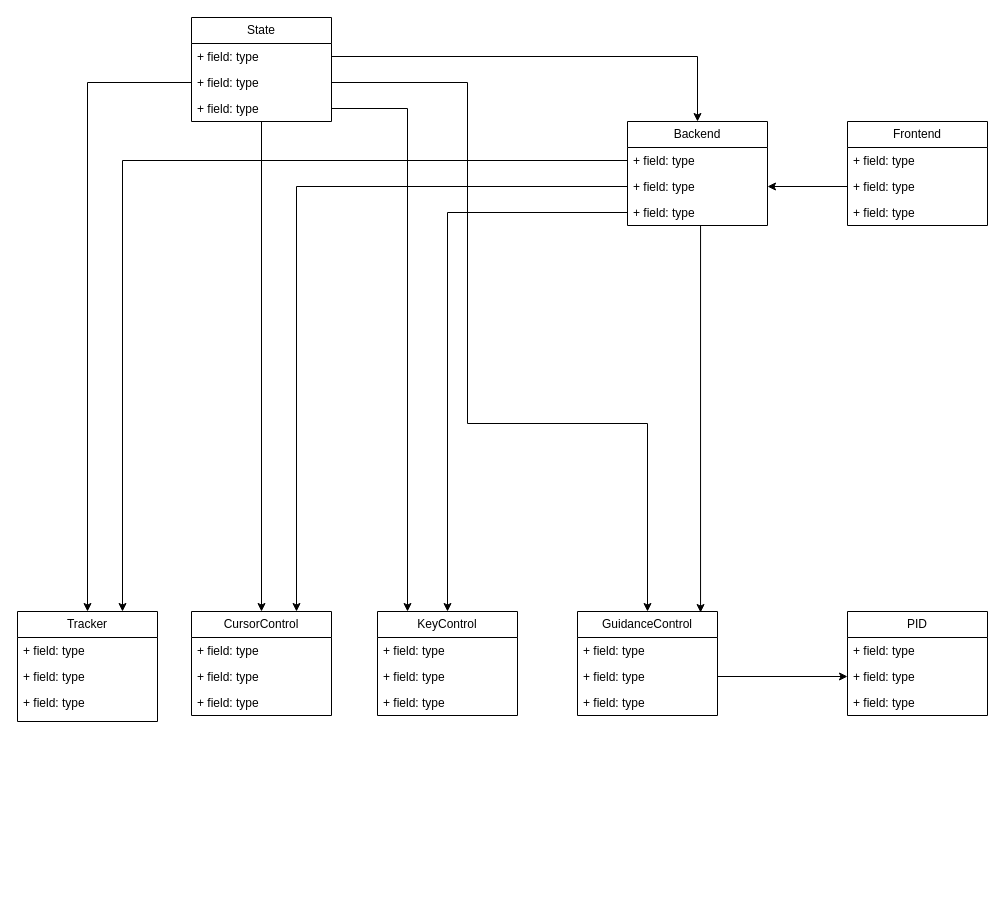
This is design/PGD_UML_CLASS.drawio from S-Khos/Precision-Guided-Loitering-Drone, a draw.io file, before an edit. Source tidied: cells renumbered, new cells numbered last; positions are measured from the earlier drawing's top-left corner, leaving out a move shared by most shapes. Both pictures are drawn from the tidied source at 100%, with x=0, y=0 at pixel (17, 17).
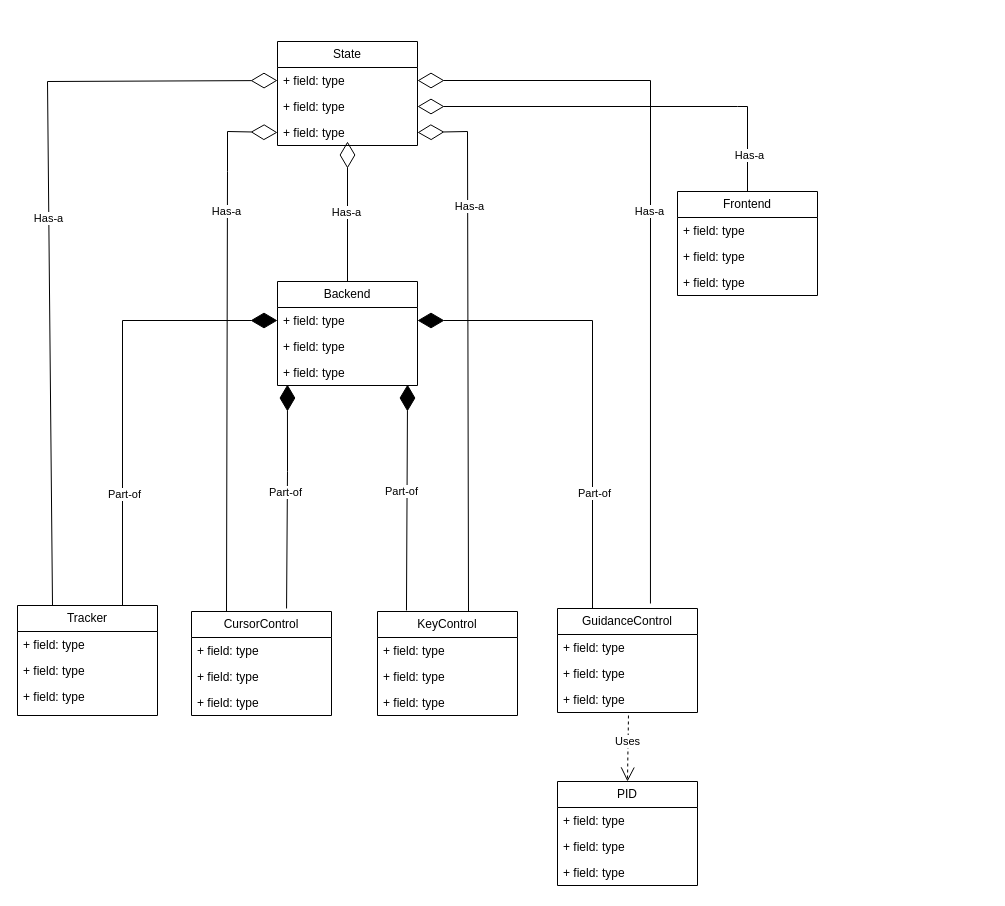
The same page after the edit.

Unchanged cells that the change refers to:
```xml
<mxCell id="3" value="+ field: type" style="text;strokeColor=none;fillColor=none;align=left;verticalAlign=top;spacingLeft=4;spacingRight=4;overflow=hidden;points=[[0,0.5],[1,0.5]];portConstraint=eastwest;whiteSpace=wrap;html=1;" parent="2" vertex="1">
  <mxGeometry y="26" width="140" height="26" as="geometry" />
</mxCell>
<mxCell id="4" value="+ field: type" style="text;strokeColor=none;fillColor=none;align=left;verticalAlign=top;spacingLeft=4;spacingRight=4;overflow=hidden;points=[[0,0.5],[1,0.5]];portConstraint=eastwest;whiteSpace=wrap;html=1;" parent="2" vertex="1">
  <mxGeometry y="52" width="140" height="26" as="geometry" />
</mxCell>
<mxCell id="5" value="+ field: type" style="text;strokeColor=none;fillColor=none;align=left;verticalAlign=top;spacingLeft=4;spacingRight=4;overflow=hidden;points=[[0,0.5],[1,0.5]];portConstraint=eastwest;whiteSpace=wrap;html=1;" parent="2" vertex="1">
  <mxGeometry y="78" width="140" height="26" as="geometry" />
</mxCell>
<mxCell id="12" value="+ field: type" style="text;strokeColor=none;fillColor=none;align=left;verticalAlign=top;spacingLeft=4;spacingRight=4;overflow=hidden;points=[[0,0.5],[1,0.5]];portConstraint=eastwest;whiteSpace=wrap;html=1;" parent="10" vertex="1">
  <mxGeometry y="52" width="140" height="26" as="geometry" />
</mxCell>
<mxCell id="13" value="+ field: type" style="text;strokeColor=none;fillColor=none;align=left;verticalAlign=top;spacingLeft=4;spacingRight=4;overflow=hidden;points=[[0,0.5],[1,0.5]];portConstraint=eastwest;whiteSpace=wrap;html=1;" parent="10" vertex="1">
  <mxGeometry y="78" width="140" height="26" as="geometry" />
</mxCell>
<mxCell id="14" value="KeyControl" style="swimlane;fontStyle=0;horizontal=1;startSize=26;fillColor=none;whiteSpace=wrap;html=1;" parent="1" vertex="1">
  <mxGeometry x="360" y="594" width="140" height="104" as="geometry" />
</mxCell>
<mxCell id="18" value="CursorControl" style="swimlane;fontStyle=0;horizontal=1;startSize=26;fillColor=none;whiteSpace=wrap;html=1;" parent="1" vertex="1">
  <mxGeometry x="174" y="594" width="140" height="104" as="geometry" />
</mxCell>
<mxCell id="24" value="+ field: type" style="text;strokeColor=none;fillColor=none;align=left;verticalAlign=top;spacingLeft=4;spacingRight=4;overflow=hidden;points=[[0,0.5],[1,0.5]];portConstraint=eastwest;whiteSpace=wrap;html=1;" parent="22" vertex="1">
  <mxGeometry y="52" width="140" height="26" as="geometry" />
</mxCell>
<mxCell id="28" value="+ field: type" style="text;strokeColor=none;fillColor=none;align=left;verticalAlign=top;spacingLeft=4;spacingRight=4;overflow=hidden;points=[[0,0.5],[1,0.5]];portConstraint=eastwest;whiteSpace=wrap;html=1;" parent="26" vertex="1">
  <mxGeometry y="52" width="140" height="26" as="geometry" />
</mxCell>
<mxCell id="32" value="+ field: type" style="text;strokeColor=none;fillColor=none;align=left;verticalAlign=top;spacingLeft=4;spacingRight=4;overflow=hidden;points=[[0,0.5],[1,0.5]];portConstraint=eastwest;whiteSpace=wrap;html=1;" parent="31" vertex="1">
  <mxGeometry y="26" width="140" height="26" as="geometry" />
</mxCell>
<mxCell id="33" value="+ field: type" style="text;strokeColor=none;fillColor=none;align=left;verticalAlign=top;spacingLeft=4;spacingRight=4;overflow=hidden;points=[[0,0.5],[1,0.5]];portConstraint=eastwest;whiteSpace=wrap;html=1;" parent="31" vertex="1">
  <mxGeometry y="52" width="140" height="26" as="geometry" />
</mxCell>
<mxCell id="34" value="+ field: type" style="text;strokeColor=none;fillColor=none;align=left;verticalAlign=top;spacingLeft=4;spacingRight=4;overflow=hidden;points=[[0,0.5],[1,0.5]];portConstraint=eastwest;whiteSpace=wrap;html=1;" parent="31" vertex="1">
  <mxGeometry y="78" width="140" height="26" as="geometry" />
</mxCell>
```

The edit, as a diff of the source:
```diff
@@
     <mxCell id="2" value="Backend" style="swimlane;fontStyle=0;horizontal=1;startSize=26;fillColor=none;whiteSpace=wrap;html=1;" parent="1" vertex="1">
-      <mxGeometry x="610" y="104" width="140" height="104" as="geometry" />
+      <mxGeometry x="260" y="264" width="140" height="104" as="geometry" />
     </mxCell>
@@
     <mxCell id="6" value="Tracker" style="swimlane;fontStyle=0;horizontal=1;startSize=26;fillColor=none;whiteSpace=wrap;html=1;" parent="1" vertex="1">
-      <mxGeometry y="594" width="140" height="110" as="geometry" />
+      <mxGeometry y="588" width="140" height="110" as="geometry" />
     </mxCell>
@@
     <mxCell id="10" value="GuidanceControl" style="swimlane;fontStyle=0;horizontal=1;startSize=26;fillColor=none;whiteSpace=wrap;html=1;" parent="1" vertex="1">
-      <mxGeometry x="560" y="594" width="140" height="104" as="geometry" />
+      <mxGeometry x="540" y="591" width="140" height="104" as="geometry" />
     </mxCell>
@@
     <mxCell id="22" value="PID" style="swimlane;fontStyle=0;horizontal=1;startSize=26;fillColor=none;whiteSpace=wrap;html=1;" parent="1" vertex="1">
-      <mxGeometry x="830" y="594" width="140" height="104" as="geometry" />
+      <mxGeometry x="540" y="764" width="140" height="104" as="geometry" />
     </mxCell>
@@
     <mxCell id="26" value="Frontend" style="swimlane;fontStyle=0;horizontal=1;startSize=26;fillColor=none;whiteSpace=wrap;html=1;" parent="1" vertex="1">
-      <mxGeometry x="830" y="104" width="140" height="104" as="geometry" />
+      <mxGeometry x="660" y="174" width="140" height="104" as="geometry" />
     </mxCell>
@@
-    <mxCell id="30" style="edgeStyle=orthogonalEdgeStyle;rounded=0;jettySize=auto;html=1;entryX=0.5;entryY=0;entryDx=0;entryDy=0;" parent="1" edge="1" source="31" target="18">
-      <mxGeometry relative="1" as="geometry" />
-    </mxCell>
     <mxCell id="31" value="State" style="swimlane;fontStyle=0;horizontal=1;startSize=26;fillColor=none;whiteSpace=wrap;html=1;" parent="1" vertex="1">
-      <mxGeometry x="174" width="140" height="104" as="geometry" />
+      <mxGeometry x="260" y="24" width="140" height="104" as="geometry" />
     </mxCell>
@@
-    <mxCell id="35" style="edgeStyle=orthogonalEdgeStyle;rounded=0;jettySize=auto;html=1;" parent="1" edge="1" source="33" target="6">
-      <mxGeometry relative="1" as="geometry" />
-    </mxCell>
-    <mxCell id="36" style="edgeStyle=orthogonalEdgeStyle;rounded=0;jettySize=auto;html=1;exitX=1;exitY=0.5;exitDx=0;exitDy=0;" parent="1" edge="1" source="34">
-      <mxGeometry relative="1" as="geometry">
-        <mxPoint x="390" y="594" as="targetPoint" />
-        <Array as="points">
-          <mxPoint x="390" y="91" />
-          <mxPoint x="390" y="594" />
-        </Array>
-      </mxGeometry>
-    </mxCell>
-    <mxCell id="37" style="edgeStyle=orthogonalEdgeStyle;rounded=0;jettySize=auto;html=1;entryX=0.5;entryY=0;entryDx=0;entryDy=0;" parent="1" edge="1" source="33" target="10">
-      <mxGeometry relative="1" as="geometry">
-        <Array as="points">
-          <mxPoint x="450" y="65" />
-          <mxPoint x="450" y="406" />
-          <mxPoint x="630" y="406" />
-        </Array>
-      </mxGeometry>
-    </mxCell>
-    <mxCell id="38" style="edgeStyle=orthogonalEdgeStyle;rounded=0;jettySize=auto;html=1;entryX=0.5;entryY=0;entryDx=0;entryDy=0;" parent="1" edge="1" source="32" target="2">
-      <mxGeometry relative="1" as="geometry" />
-    </mxCell>
-    <mxCell id="39" style="edgeStyle=orthogonalEdgeStyle;rounded=0;jettySize=auto;html=1;entryX=0;entryY=0.5;entryDx=0;entryDy=0;" parent="1" edge="1" source="12" target="24">
-      <mxGeometry relative="1" as="geometry" />
-    </mxCell>
-    <mxCell id="40" style="edgeStyle=orthogonalEdgeStyle;rounded=0;jettySize=auto;html=1;entryX=1;entryY=0.5;entryDx=0;entryDy=0;" parent="1" edge="1" source="28" target="4">
-      <mxGeometry relative="1" as="geometry" />
-    </mxCell>
-    <mxCell id="41" style="edgeStyle=orthogonalEdgeStyle;rounded=0;jettySize=auto;html=1;entryX=0.75;entryY=0;entryDx=0;entryDy=0;exitX=0;exitY=0.5;exitDx=0;exitDy=0;" parent="1" edge="1" source="3" target="6">
-      <mxGeometry relative="1" as="geometry" />
-    </mxCell>
-    <mxCell id="42" style="edgeStyle=orthogonalEdgeStyle;rounded=0;jettySize=auto;html=1;exitX=0;exitY=0.5;exitDx=0;exitDy=0;entryX=0.5;entryY=0;entryDx=0;entryDy=0;" parent="1" edge="1" source="5" target="14">
-      <mxGeometry relative="1" as="geometry" />
-    </mxCell>
-    <mxCell id="43" style="edgeStyle=orthogonalEdgeStyle;rounded=0;jettySize=auto;html=1;entryX=0.879;entryY=0.01;entryDx=0;entryDy=0;entryPerimeter=0;" parent="1" edge="1" source="5" target="10">
-      <mxGeometry relative="1" as="geometry">
-        <Array as="points">
-          <mxPoint x="683" y="195" />
-        </Array>
-      </mxGeometry>
-    </mxCell>
-    <mxCell id="44" style="edgeStyle=orthogonalEdgeStyle;rounded=0;jettySize=auto;html=1;entryX=0.75;entryY=0;entryDx=0;entryDy=0;" parent="1" edge="1" source="4" target="18">
-      <mxGeometry relative="1" as="geometry" />
-    </mxCell>
+    <mxCell id="45" style="endArrow=diamondThin;endFill=0;endSize=24;html=1;rounded=0;exitX=0.25;exitY=0;exitDx=0;exitDy=0;entryX=0;entryY=0.5;entryDx=0;entryDy=0;" parent="1" edge="1" source="6" target="32">
+      <mxGeometry relative="1" as="geometry">
+        <Array as="points">
+          <mxPoint x="30" y="64" />
+        </Array>
+      </mxGeometry>
+    </mxCell>
+    <mxCell id="46" value="Has-a" style="edgeLabel;html=1;align=center;verticalAlign=middle;" parent="45" vertex="1">
+      <mxGeometry x="0.03" y="1" relative="1" as="geometry" />
+    </mxCell>
+    <mxCell id="47" style="endArrow=diamondThin;endFill=0;endSize=24;html=1;rounded=0;exitX=0.25;exitY=0;exitDx=0;exitDy=0;entryX=0;entryY=0.5;entryDx=0;entryDy=0;" parent="1" edge="1" source="18" target="34">
+      <mxGeometry relative="1" as="geometry">
+        <Array as="points">
+          <mxPoint x="210" y="154" />
+          <mxPoint x="210" y="114" />
+        </Array>
+      </mxGeometry>
+    </mxCell>
+    <mxCell id="48" value="Has-a" style="edgeLabel;html=1;align=center;verticalAlign=middle;" parent="47" vertex="1">
+      <mxGeometry x="0.51" y="1" relative="1" as="geometry" />
+    </mxCell>
+    <mxCell id="49" style="endArrow=diamondThin;endFill=0;endSize=24;html=1;rounded=0;exitX=0.65;exitY=0;exitDx=0;exitDy=0;entryX=1;entryY=0.5;entryDx=0;entryDy=0;exitPerimeter=0;" parent="1" edge="1" source="14" target="34">
+      <mxGeometry relative="1" as="geometry">
+        <Array as="points">
+          <mxPoint x="450" y="114" />
+        </Array>
+      </mxGeometry>
+    </mxCell>
+    <mxCell id="50" value="Has-a" style="edgeLabel;html=1;align=center;verticalAlign=middle;" parent="49" vertex="1">
+      <mxGeometry x="0.53" y="-1" relative="1" as="geometry" />
+    </mxCell>
+    <mxCell id="51" style="endArrow=diamondThin;endFill=0;endSize=24;html=1;rounded=0;exitX=0.664;exitY=-0.048;exitDx=0;exitDy=0;exitPerimeter=0;entryX=1;entryY=0.5;entryDx=0;entryDy=0;" parent="1" edge="1" source="10" target="32">
+      <mxGeometry relative="1" as="geometry">
+        <Array as="points">
+          <mxPoint x="633" y="63" />
+        </Array>
+      </mxGeometry>
+    </mxCell>
+    <mxCell id="52" value="Has-a" style="edgeLabel;html=1;align=center;verticalAlign=middle;" parent="51" vertex="1">
+      <mxGeometry x="0.04" y="1" relative="1" as="geometry" />
+    </mxCell>
+    <mxCell id="53" style="endArrow=diamondThin;endFill=1;endSize=24;html=1;rounded=0;exitX=0.75;exitY=0;exitDx=0;exitDy=0;entryX=0;entryY=0.5;entryDx=0;entryDy=0;" parent="1" edge="1" source="6" target="3">
+      <mxGeometry relative="1" as="geometry">
+        <Array as="points">
+          <mxPoint x="105" y="303" />
+        </Array>
+      </mxGeometry>
+    </mxCell>
+    <mxCell id="54" value="Part-of" style="edgeLabel;html=1;align=center;verticalAlign=middle;" parent="53" vertex="1">
+      <mxGeometry x="-0.49" y="-1" relative="1" as="geometry" />
+    </mxCell>
+    <mxCell id="55" style="endArrow=diamondThin;endFill=1;endSize=24;html=1;rounded=0;exitX=0.679;exitY=-0.029;exitDx=0;exitDy=0;entryX=0.071;entryY=0.962;entryDx=0;entryDy=0;entryPerimeter=0;exitPerimeter=0;" parent="1" edge="1" source="18" target="5">
+      <mxGeometry relative="1" as="geometry">
+        <Array as="points">
+          <mxPoint x="270" y="454" />
+        </Array>
+      </mxGeometry>
+    </mxCell>
+    <mxCell id="56" value="Part-of" style="edgeLabel;html=1;align=center;verticalAlign=middle;" parent="55" vertex="1">
+      <mxGeometry x="0.04" y="2" relative="1" as="geometry" />
+    </mxCell>
+    <mxCell id="57" style="endArrow=diamondThin;endFill=1;endSize=24;html=1;rounded=0;entryX=0.929;entryY=0.962;entryDx=0;entryDy=0;entryPerimeter=0;exitX=0.207;exitY=-0.01;exitDx=0;exitDy=0;exitPerimeter=0;" parent="1" edge="1" source="14" target="5">
+      <mxGeometry relative="1" as="geometry" />
+    </mxCell>
+    <mxCell id="58" value="Part-of" style="edgeLabel;html=1;align=center;verticalAlign=middle;" parent="57" vertex="1">
+      <mxGeometry x="0.08" y="2" relative="1" as="geometry">
+        <mxPoint x="-4" y="3" as="offset" />
+      </mxGeometry>
+    </mxCell>
+    <mxCell id="59" style="endArrow=diamondThin;endFill=1;endSize=24;html=1;rounded=0;exitX=0.25;exitY=0;exitDx=0;exitDy=0;entryX=1;entryY=0.5;entryDx=0;entryDy=0;" parent="1" edge="1" source="10" target="3">
+      <mxGeometry relative="1" as="geometry">
+        <Array as="points">
+          <mxPoint x="575" y="303" />
+        </Array>
+      </mxGeometry>
+    </mxCell>
+    <mxCell id="60" value="Part-of" style="edgeLabel;html=1;align=center;verticalAlign=middle;" parent="59" vertex="1">
+      <mxGeometry x="-0.3" y="-1" relative="1" as="geometry">
+        <mxPoint y="46" as="offset" />
+      </mxGeometry>
+    </mxCell>
+    <mxCell id="61" value="Uses" style="endArrow=open;endSize=12;dashed=1;html=1;rounded=0;exitX=0.507;exitY=1.115;exitDx=0;exitDy=0;exitPerimeter=0;entryX=0.5;entryY=0;entryDx=0;entryDy=0;" parent="1" edge="1" source="13" target="22">
+      <mxGeometry x="-0.21" y="-1" relative="1" as="geometry" />
+    </mxCell>
+    <mxCell id="62" style="endArrow=diamondThin;endFill=0;endSize=24;html=1;rounded=0;exitX=0.5;exitY=0;exitDx=0;exitDy=0;entryX=1;entryY=0.5;entryDx=0;entryDy=0;" parent="1" edge="1" source="26" target="33">
+      <mxGeometry relative="1" as="geometry">
+        <Array as="points">
+          <mxPoint x="730" y="89" />
+          <mxPoint x="720" y="89" />
+        </Array>
+      </mxGeometry>
+    </mxCell>
+    <mxCell id="63" value="Has-a" style="edgeLabel;html=1;align=center;verticalAlign=middle;" parent="62" vertex="1">
+      <mxGeometry x="-0.82" y="-1" relative="1" as="geometry" />
+    </mxCell>
+    <mxCell id="64" style="endArrow=diamondThin;endFill=0;endSize=24;html=1;rounded=0;exitX=0.5;exitY=0;exitDx=0;exitDy=0;" parent="1" edge="1" source="2">
+      <mxGeometry relative="1" as="geometry">
+        <mxPoint x="330" y="124" as="targetPoint" />
+      </mxGeometry>
+    </mxCell>
+    <mxCell id="65" value="Has-a" style="edgeLabel;html=1;align=center;verticalAlign=middle;" parent="64" vertex="1">
+      <mxGeometry y="2" relative="1" as="geometry" />
+    </mxCell>
```
